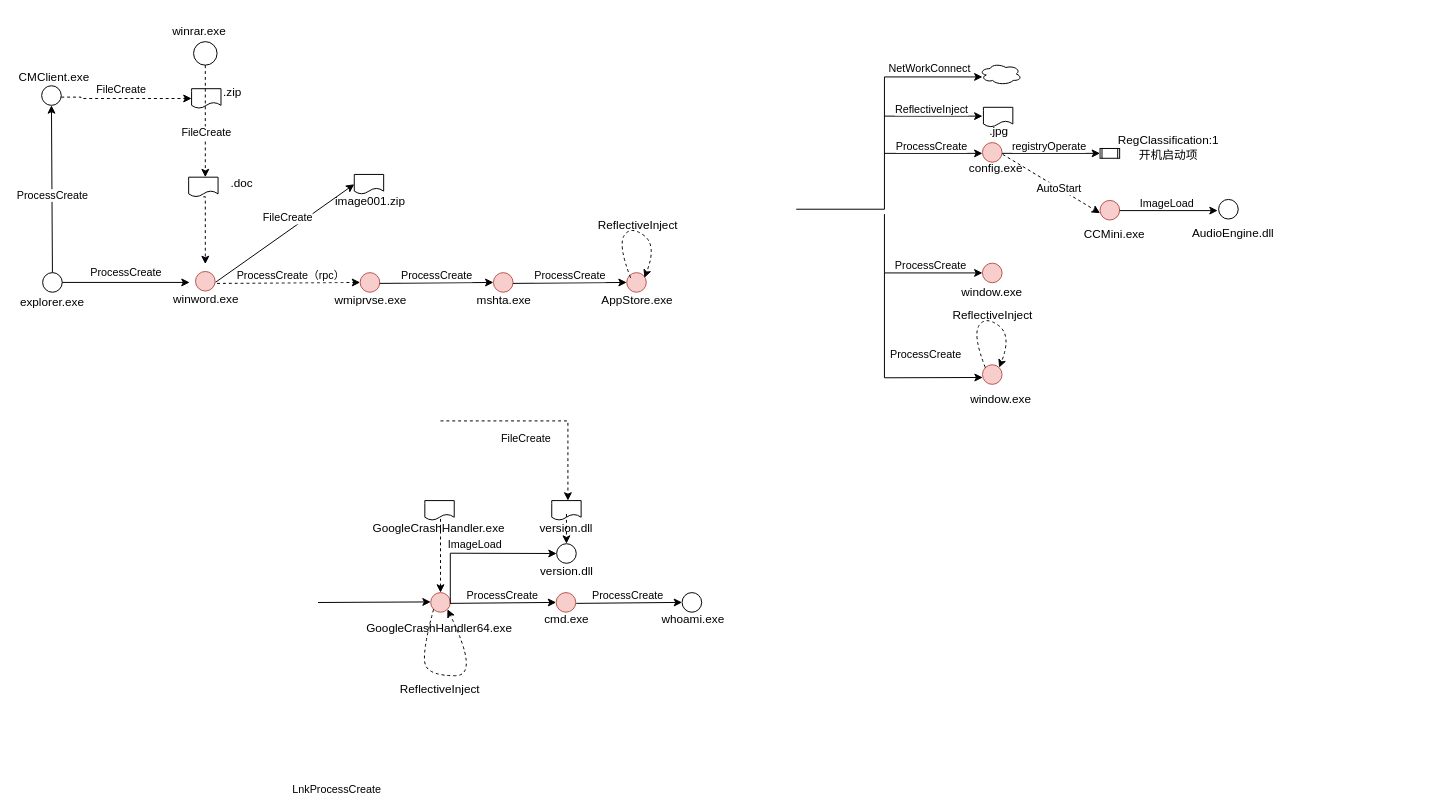
This is apt-oceanlotus.drawio from ernongxizhu/picture, a draw.io file, before an edit. Source tidied: cells renumbered, new cells numbered last; positions are measured from the earlier drawing's top-left corner, leaving out a move shared by most shapes. Both pictures are drawn from the tidied source at 98%, with x=0, y=0 at pixel (23, 17).
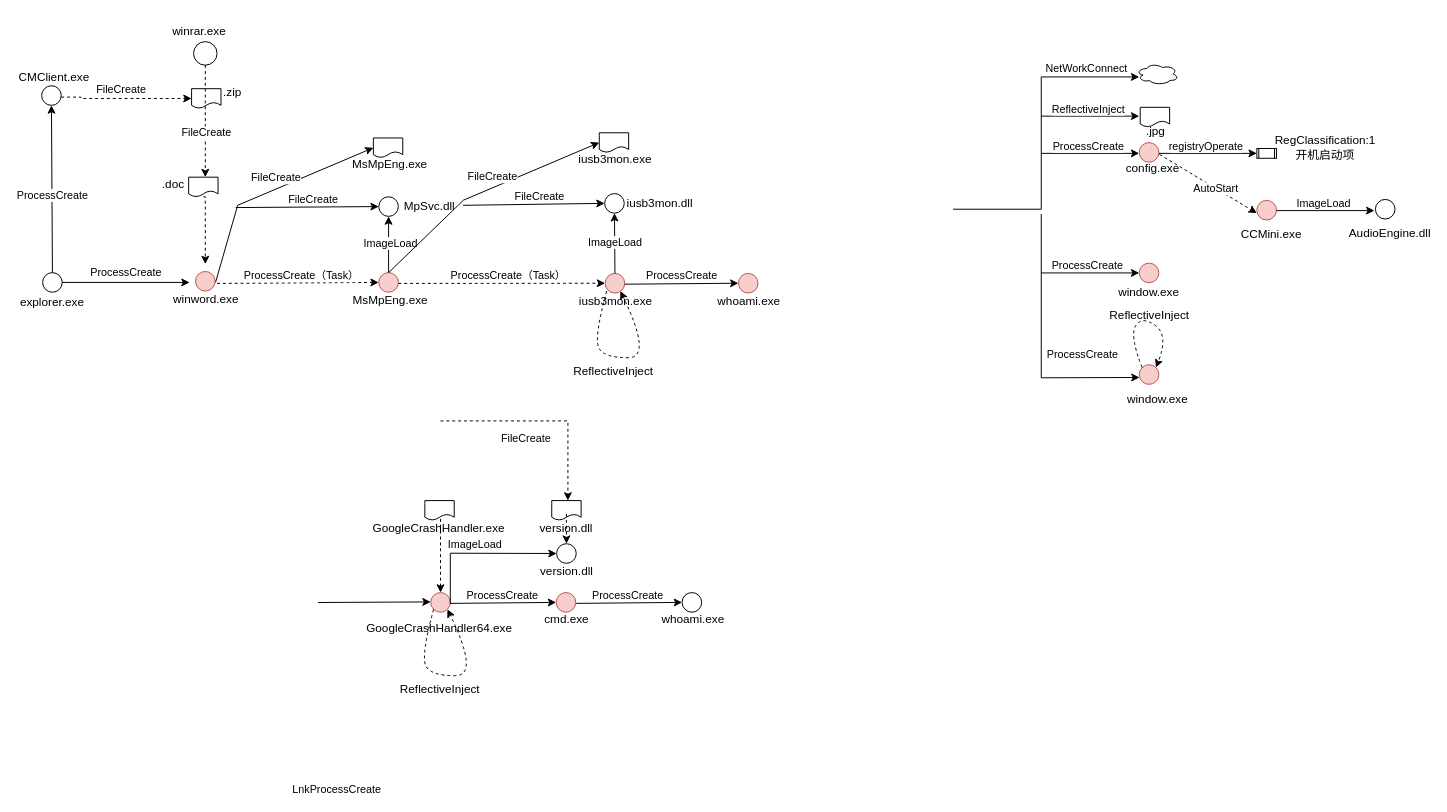
Above is the later version.

The change refers to these unchanged cells:
```xml
<mxCell id="86" style="endArrow=classic;html=1;rounded=0;entryX=0;entryY=0.5;entryDx=0;entryDy=0;dashed=1;" parent="1" edge="1" target="88">
  <mxGeometry relative="1" as="geometry">
    <mxPoint x="198" y="271.7" as="sourcePoint" />
  </mxGeometry>
</mxCell>
```

Diff of the diagram source:
```diff
@@
     <mxCell id="5" style="endArrow=classic;html=1;rounded=0;entryX=0;entryY=0.5;entryDx=0;entryDy=0;" parent="1" edge="1" target="8">
       <mxGeometry relative="1" as="geometry">
-        <mxPoint x="879" y="201" as="sourcePoint" />
+        <mxPoint x="1039" y="201" as="sourcePoint" />
         <Array as="points">
-          <mxPoint x="879" y="261" />
+          <mxPoint x="1039" y="261" />
         </Array>
       </mxGeometry>
     </mxCell>
@@
     <mxCell id="8" style="ellipse;whiteSpace=wrap;html=1;fillColor=#f8cecc;strokeColor=#b85450;" parent="1" vertex="1">
-      <mxGeometry x="979" y="251" width="20" height="20" as="geometry" />
+      <mxGeometry x="1139" y="251" width="20" height="20" as="geometry" />
     </mxCell>
     <mxCell id="9" value="window.exe" style="text;strokeColor=none;align=center;fillColor=none;html=1;verticalAlign=middle;whiteSpace=wrap;rounded=0;" parent="1" vertex="1">
-      <mxGeometry x="959" y="266" width="60" height="30" as="geometry" />
+      <mxGeometry x="1119" y="266" width="60" height="30" as="geometry" />
     </mxCell>
@@
     <mxCell id="21" style="endArrow=classic;html=1;rounded=0;entryX=0.339;entryY=-0.066;entryDx=0;entryDy=0;entryPerimeter=0;" parent="1" edge="1">
       <mxGeometry relative="1" as="geometry">
-        <mxPoint x="879" y="261" as="sourcePoint" />
-        <mxPoint x="979.3" y="367.7" as="targetPoint" />
+        <mxPoint x="1039" y="261" as="sourcePoint" />
+        <mxPoint x="1139.3" y="367.7" as="targetPoint" />
         <Array as="points">
-          <mxPoint x="879" y="368" />
+          <mxPoint x="1039" y="368" />
         </Array>
       </mxGeometry>
     </mxCell>
@@
     <mxCell id="23" style="endArrow=classic;html=1;rounded=0;exitX=1;exitY=0.5;exitDx=0;exitDy=0;" parent="1" edge="1">
       <mxGeometry relative="1" as="geometry">
-        <mxPoint x="789" y="196" as="sourcePoint" />
-        <mxPoint x="979" y="61" as="targetPoint" />
+        <mxPoint x="949" y="196" as="sourcePoint" />
+        <mxPoint x="1139" y="61" as="targetPoint" />
         <Array as="points">
-          <mxPoint x="879" y="196" />
-          <mxPoint x="879" y="61" />
+          <mxPoint x="1039" y="196" />
+          <mxPoint x="1039" y="61" />
         </Array>
       </mxGeometry>
     </mxCell>
@@
     <mxCell id="25" style="ellipse;shape=cloud;whiteSpace=wrap;html=1;" parent="1" vertex="1">
-      <mxGeometry x="976" y="47" width="43" height="22" as="geometry" />
+      <mxGeometry x="1136" y="47" width="43" height="22" as="geometry" />
     </mxCell>
     <mxCell id="26" style="endArrow=classic;html=1;rounded=0;" parent="1" edge="1">
       <mxGeometry relative="1" as="geometry">
-        <mxPoint x="879" y="101" as="sourcePoint" />
-        <mxPoint x="979" y="101" as="targetPoint" />
+        <mxPoint x="1039" y="101" as="sourcePoint" />
+        <mxPoint x="1139" y="101" as="targetPoint" />
       </mxGeometry>
     </mxCell>
@@
     <mxCell id="28" style="shape=document;whiteSpace=wrap;html=1;boundedLbl=1;" parent="1" vertex="1">
-      <mxGeometry x="980" y="92" width="30" height="20" as="geometry" />
+      <mxGeometry x="1140" y="92" width="30" height="20" as="geometry" />
     </mxCell>
     <mxCell id="29" value=".jpg" style="text;strokeColor=none;align=center;fillColor=none;html=1;verticalAlign=middle;whiteSpace=wrap;rounded=0;" parent="1" vertex="1">
-      <mxGeometry x="966" y="102" width="60" height="30" as="geometry" />
+      <mxGeometry x="1126" y="102" width="60" height="30" as="geometry" />
     </mxCell>
     <mxCell id="30" style="endArrow=classic;html=1;rounded=0;" parent="1" edge="1">
       <mxGeometry relative="1" as="geometry">
-        <mxPoint x="879" y="139" as="sourcePoint" />
-        <mxPoint x="979" y="139" as="targetPoint" />
+        <mxPoint x="1039" y="139" as="sourcePoint" />
+        <mxPoint x="1139" y="139" as="targetPoint" />
       </mxGeometry>
     </mxCell>
@@
     <mxCell id="32" value="config.exe" style="text;strokeColor=none;align=center;fillColor=none;html=1;verticalAlign=middle;whiteSpace=wrap;rounded=0;" parent="1" vertex="1">
-      <mxGeometry x="963" y="139" width="60" height="30" as="geometry" />
+      <mxGeometry x="1123" y="139" width="60" height="30" as="geometry" />
     </mxCell>
     <mxCell id="33" style="ellipse;whiteSpace=wrap;html=1;fillColor=#f8cecc;strokeColor=#b85450;" parent="1" vertex="1">
-      <mxGeometry x="979" y="128" width="20" height="20" as="geometry" />
+      <mxGeometry x="1139" y="128" width="20" height="20" as="geometry" />
     </mxCell>
     <mxCell id="34" style="endArrow=classic;html=1;rounded=0;" parent="1" edge="1">
       <mxGeometry relative="1" as="geometry">
-        <mxPoint x="999" y="139" as="sourcePoint" />
-        <mxPoint x="1099" y="139" as="targetPoint" />
+        <mxPoint x="1159" y="139" as="sourcePoint" />
+        <mxPoint x="1259" y="139" as="targetPoint" />
       </mxGeometry>
     </mxCell>
@@
     <mxCell id="36" value="RegClassification:1&lt;br&gt;开机启动项" style="text;strokeColor=none;align=center;fillColor=none;html=1;verticalAlign=middle;whiteSpace=wrap;rounded=0;" parent="1" vertex="1">
-      <mxGeometry x="1131" y="118" width="76" height="30" as="geometry" />
+      <mxGeometry x="1291" y="118" width="76" height="30" as="geometry" />
     </mxCell>
     <mxCell id="37" style="shape=process;whiteSpace=wrap;html=1;backgroundOutline=1;" parent="1" vertex="1">
-      <mxGeometry x="1099" y="134" width="20" height="10" as="geometry" />
+      <mxGeometry x="1259" y="134" width="20" height="10" as="geometry" />
     </mxCell>
     <mxCell id="38" style="endArrow=classic;html=1;rounded=0;exitX=0.611;exitY=0.035;exitDx=0;exitDy=0;exitPerimeter=0;dashed=1;" parent="1" edge="1" source="32">
       <mxGeometry relative="1" as="geometry">
-        <mxPoint x="1099" y="200" as="targetPoint" />
+        <mxPoint x="1259" y="200" as="targetPoint" />
       </mxGeometry>
     </mxCell>
@@
     <mxCell id="40" value="CCMini.exe" style="text;strokeColor=none;align=center;fillColor=none;html=1;verticalAlign=middle;whiteSpace=wrap;rounded=0;" parent="1" vertex="1">
-      <mxGeometry x="1076" y="207" width="76" height="30" as="geometry" />
+      <mxGeometry x="1236" y="207" width="76" height="30" as="geometry" />
     </mxCell>
     <mxCell id="41" style="ellipse;whiteSpace=wrap;html=1;fillColor=#f8cecc;strokeColor=#b85450;" parent="1" vertex="1">
-      <mxGeometry x="1099" y="187" width="20" height="20" as="geometry" />
+      <mxGeometry x="1259" y="187" width="20" height="20" as="geometry" />
     </mxCell>
     <mxCell id="42" style="endArrow=classic;html=1;rounded=0;" parent="1" edge="1">
       <mxGeometry relative="1" as="geometry">
-        <mxPoint x="1119" y="197.4" as="sourcePoint" />
-        <mxPoint x="1219" y="197.4" as="targetPoint" />
+        <mxPoint x="1279" y="197.4" as="sourcePoint" />
+        <mxPoint x="1379" y="197.4" as="targetPoint" />
       </mxGeometry>
     </mxCell>
@@
     <mxCell id="44" value="AudioEngine.dll" style="text;strokeColor=none;align=center;fillColor=none;html=1;verticalAlign=middle;whiteSpace=wrap;rounded=0;" parent="1" vertex="1">
-      <mxGeometry x="1197" y="206" width="76" height="30" as="geometry" />
+      <mxGeometry x="1357" y="206" width="76" height="30" as="geometry" />
     </mxCell>
     <mxCell id="45" style="ellipse;whiteSpace=wrap;html=1;" parent="1" vertex="1">
-      <mxGeometry x="1220" y="186" width="20" height="20" as="geometry" />
+      <mxGeometry x="1380" y="186" width="20" height="20" as="geometry" />
     </mxCell>
     <mxCell id="46" style="ellipse;whiteSpace=wrap;html=1;fillColor=#f8cecc;strokeColor=#b85450;" parent="1" vertex="1">
-      <mxGeometry x="979" y="354.7" width="20" height="20" as="geometry" />
+      <mxGeometry x="1139" y="354.7" width="20" height="20" as="geometry" />
     </mxCell>
     <mxCell id="47" value="window.exe" style="text;strokeColor=none;align=center;fillColor=none;html=1;verticalAlign=middle;whiteSpace=wrap;rounded=0;" parent="1" vertex="1">
-      <mxGeometry x="967.5" y="374.7" width="60" height="30" as="geometry" />
+      <mxGeometry x="1127.5" y="374.7" width="60" height="30" as="geometry" />
     </mxCell>
     <mxCell id="48" style="curved=1;endArrow=classic;html=1;rounded=0;exitX=0;exitY=0;exitDx=0;exitDy=0;entryX=1;entryY=0;entryDx=0;entryDy=0;dashed=1;" parent="1" edge="1" source="46" target="46">
       <mxGeometry relative="1" as="geometry">
         <Array as="points">
-          <mxPoint x="969" y="324.7" />
-          <mxPoint x="982" y="304.7" />
-          <mxPoint x="1009" y="324.7" />
+          <mxPoint x="1129" y="324.7" />
+          <mxPoint x="1142" y="304.7" />
+          <mxPoint x="1169" y="324.7" />
         </Array>
       </mxGeometry>
     </mxCell>
     <mxCell id="49" value="ReflectiveInject" style="text;whiteSpace=wrap;" parent="1" vertex="1">
-      <mxGeometry x="947" y="290.7" width="90" height="20" as="geometry" />
+      <mxGeometry x="1107" y="290.7" width="90" height="20" as="geometry" />
     </mxCell>
@@
     <mxCell id="79" value=".doc" style="text;strokeColor=none;align=center;fillColor=none;html=1;verticalAlign=middle;whiteSpace=wrap;rounded=0;" parent="1" vertex="1">
-      <mxGeometry x="191" y="157.3" width="65" height="26" as="geometry" />
+      <mxGeometry x="121" y="158.3" width="65" height="26" as="geometry" />
     </mxCell>
@@
     <mxCell id="82" style="endArrow=classic;html=1;rounded=0;entryX=0;entryY=0.5;entryDx=0;entryDy=0;" parent="1" edge="1" target="84">
       <mxGeometry relative="1" as="geometry">
         <mxPoint x="196.5" y="270.5" as="sourcePoint" />
+        <Array as="points">
+          <mxPoint x="219" y="192" />
+        </Array>
       </mxGeometry>
     </mxCell>
@@
     <mxCell id="84" style="shape=document;whiteSpace=wrap;html=1;boundedLbl=1;" parent="1" vertex="1">
-      <mxGeometry x="338" y="160.5" width="30" height="20" as="geometry" />
+      <mxGeometry x="357.5" y="123.3" width="30" height="20" as="geometry" />
     </mxCell>
-    <mxCell id="85" value="image001.zip" style="text;strokeColor=none;align=center;fillColor=none;html=1;verticalAlign=middle;whiteSpace=wrap;rounded=0;" parent="1" vertex="1">
-      <mxGeometry x="322" y="174.5" width="65" height="26" as="geometry" />
+    <mxCell id="85" value="MsMpEng.exe" style="text;strokeColor=none;align=center;fillColor=none;html=1;verticalAlign=middle;whiteSpace=wrap;rounded=0;" parent="1" vertex="1">
+      <mxGeometry x="341.5" y="137.3" width="65" height="26" as="geometry" />
     </mxCell>
@@
-    <mxCell id="87" value="ProcessCreate（rpc）" style="edgeLabel;html=1;align=center;verticalAlign=middle;" parent="86" vertex="1">
+    <mxCell id="87" value="ProcessCreate（Task）" style="edgeLabel;html=1;align=center;verticalAlign=middle;" parent="86" vertex="1">
       <mxGeometry x="0.15" y="-2" relative="1" as="geometry">
         <mxPoint x="-10" y="-10" as="offset" />
       </mxGeometry>
     </mxCell>
     <mxCell id="88" style="ellipse;whiteSpace=wrap;html=1;fillColor=#f8cecc;strokeColor=#b85450;" parent="1" vertex="1">
-      <mxGeometry x="344" y="260.7" width="20" height="20" as="geometry" />
+      <mxGeometry x="363" y="260.7" width="20" height="20" as="geometry" />
     </mxCell>
-    <mxCell id="89" value="wmiprvse.exe" style="text;strokeColor=none;align=center;fillColor=none;html=1;verticalAlign=middle;whiteSpace=wrap;rounded=0;" parent="1" vertex="1">
-      <mxGeometry x="325" y="273.7" width="60" height="30" as="geometry" />
+    <mxCell id="89" value="MsMpEng.exe" style="text;strokeColor=none;align=center;fillColor=none;html=1;verticalAlign=middle;whiteSpace=wrap;rounded=0;" parent="1" vertex="1">
+      <mxGeometry x="345" y="273.7" width="60" height="30" as="geometry" />
     </mxCell>
-    <mxCell id="90" style="endArrow=classic;html=1;rounded=0;entryX=0;entryY=0.5;entryDx=0;entryDy=0;" parent="1" edge="1" target="92">
+    <mxCell id="90" style="endArrow=classic;html=1;rounded=0;entryX=0;entryY=0.5;entryDx=0;entryDy=0;dashed=1;" parent="1" edge="1" target="92">
       <mxGeometry relative="1" as="geometry">
-        <mxPoint x="364" y="271.7" as="sourcePoint" />
+        <mxPoint x="383" y="271.7" as="sourcePoint" />
       </mxGeometry>
     </mxCell>
-    <mxCell id="91" value="ProcessCreate" style="edgeLabel;html=1;align=center;verticalAlign=middle;" parent="90" vertex="1">
+    <mxCell id="91" value="ProcessCreate（Task）" style="edgeLabel;html=1;align=center;verticalAlign=middle;" parent="90" vertex="1">
       <mxGeometry x="0.15" y="-2" relative="1" as="geometry">
         <mxPoint x="-10" y="-10" as="offset" />
       </mxGeometry>
     </mxCell>
     <mxCell id="92" style="ellipse;whiteSpace=wrap;html=1;fillColor=#f8cecc;strokeColor=#b85450;" parent="1" vertex="1">
-      <mxGeometry x="480" y="260.7" width="20" height="20" as="geometry" />
+      <mxGeometry x="594" y="261.5" width="20" height="20" as="geometry" />
     </mxCell>
-    <mxCell id="93" value="mshta.exe" style="text;strokeColor=none;align=center;fillColor=none;html=1;verticalAlign=middle;whiteSpace=wrap;rounded=0;" parent="1" vertex="1">
-      <mxGeometry x="461" y="273.7" width="60" height="30" as="geometry" />
+    <mxCell id="93" value="iusb3mon.exe" style="text;strokeColor=none;align=center;fillColor=none;html=1;verticalAlign=middle;whiteSpace=wrap;rounded=0;" parent="1" vertex="1">
+      <mxGeometry x="575" y="274.5" width="60" height="30" as="geometry" />
     </mxCell>
     <mxCell id="94" style="endArrow=classic;html=1;rounded=0;entryX=0;entryY=0.5;entryDx=0;entryDy=0;" parent="1" edge="1" target="96">
       <mxGeometry relative="1" as="geometry">
-        <mxPoint x="500" y="271.7" as="sourcePoint" />
+        <mxPoint x="614" y="272.5" as="sourcePoint" />
       </mxGeometry>
     </mxCell>
@@
     <mxCell id="96" style="ellipse;whiteSpace=wrap;html=1;fillColor=#f8cecc;strokeColor=#b85450;" parent="1" vertex="1">
-      <mxGeometry x="616" y="260.7" width="20" height="20" as="geometry" />
+      <mxGeometry x="730" y="261.5" width="20" height="20" as="geometry" />
     </mxCell>
-    <mxCell id="97" value="AppStore.exe" style="text;strokeColor=none;align=center;fillColor=none;html=1;verticalAlign=middle;whiteSpace=wrap;rounded=0;" parent="1" vertex="1">
-      <mxGeometry x="597" y="273.7" width="60" height="30" as="geometry" />
+    <mxCell id="97" value="whoami.exe" style="text;strokeColor=none;align=center;fillColor=none;html=1;verticalAlign=middle;whiteSpace=wrap;rounded=0;" parent="1" vertex="1">
+      <mxGeometry x="711" y="274.5" width="60" height="30" as="geometry" />
     </mxCell>
-    <mxCell id="98" style="curved=1;endArrow=classic;html=1;rounded=0;exitX=0;exitY=0;exitDx=0;exitDy=0;entryX=1;entryY=0;entryDx=0;entryDy=0;dashed=1;" parent="1" edge="1">
-      <mxGeometry relative="1" as="geometry">
-        <mxPoint x="620" y="266" as="sourcePoint" />
-        <mxPoint x="634" y="266" as="targetPoint" />
-        <Array as="points">
-          <mxPoint x="607" y="232.7" />
-          <mxPoint x="620" y="212.7" />
-          <mxPoint x="647" y="232.7" />
-        </Array>
-      </mxGeometry>
-    </mxCell>
+    <mxCell id="100" style="endArrow=classic;html=1;rounded=0;entryX=0;entryY=0.5;entryDx=0;entryDy=0;" parent="1" edge="1" target="102">
+      <mxGeometry relative="1" as="geometry">
+        <mxPoint x="217" y="194.3" as="sourcePoint" />
+      </mxGeometry>
+    </mxCell>
+    <mxCell id="101" value="FileCreate" style="edgeLabel;html=1;align=center;verticalAlign=middle;" parent="100" vertex="1">
+      <mxGeometry x="0.15" y="-2" relative="1" as="geometry">
+        <mxPoint x="-6" y="-10" as="offset" />
+      </mxGeometry>
+    </mxCell>
+    <mxCell id="102" style="ellipse;whiteSpace=wrap;html=1;" parent="1" vertex="1">
+      <mxGeometry x="363" y="183.3" width="20" height="20" as="geometry" />
+    </mxCell>
+    <mxCell id="103" value="MpSvc.dll" style="text;strokeColor=none;align=center;fillColor=none;html=1;verticalAlign=middle;whiteSpace=wrap;rounded=0;" parent="1" vertex="1">
+      <mxGeometry x="385" y="178.3" width="60" height="30" as="geometry" />
+    </mxCell>
+    <mxCell id="104" style="endArrow=classic;html=1;rounded=0;exitX=0.5;exitY=0;exitDx=0;exitDy=0;entryX=0.5;entryY=1;entryDx=0;entryDy=0;" parent="1" edge="1" source="88" target="102">
+      <mxGeometry relative="1" as="geometry" />
+    </mxCell>
+    <mxCell id="105" value="ImageLoad" style="edgeLabel;html=1;align=center;verticalAlign=middle;" parent="104" vertex="1">
+      <mxGeometry x="0.03" y="-1" relative="1" as="geometry" />
+    </mxCell>
+    <mxCell id="106" style="endArrow=classic;html=1;rounded=0;entryX=0;entryY=0.5;entryDx=0;entryDy=0;exitX=0.5;exitY=0;exitDx=0;exitDy=0;" parent="1" edge="1" source="88" target="108">
+      <mxGeometry relative="1" as="geometry">
+        <Array as="points">
+          <mxPoint x="449.5" y="186.7" />
+        </Array>
+      </mxGeometry>
+    </mxCell>
+    <mxCell id="107" value="FileCreate" style="edgeLabel;html=1;align=center;verticalAlign=middle;" parent="106" vertex="1">
+      <mxGeometry x="0.15" y="-2" relative="1" as="geometry">
+        <mxPoint x="-10" y="-10" as="offset" />
+      </mxGeometry>
+    </mxCell>
+    <mxCell id="108" style="shape=document;whiteSpace=wrap;html=1;boundedLbl=1;" parent="1" vertex="1">
+      <mxGeometry x="588" y="118" width="30" height="20" as="geometry" />
+    </mxCell>
+    <mxCell id="109" value="iusb3mon.exe" style="text;strokeColor=none;align=center;fillColor=none;html=1;verticalAlign=middle;whiteSpace=wrap;rounded=0;" parent="1" vertex="1">
+      <mxGeometry x="572" y="132" width="65" height="26" as="geometry" />
+    </mxCell>
+    <mxCell id="110" style="endArrow=classic;html=1;rounded=0;entryX=0;entryY=0.5;entryDx=0;entryDy=0;" parent="1" edge="1" target="112">
+      <mxGeometry relative="1" as="geometry">
+        <mxPoint x="449" y="192" as="sourcePoint" />
+      </mxGeometry>
+    </mxCell>
+    <mxCell id="111" value="FileCreate" style="edgeLabel;html=1;align=center;verticalAlign=middle;" parent="110" vertex="1">
+      <mxGeometry x="0.15" y="-2" relative="1" as="geometry">
+        <mxPoint x="-6" y="-10" as="offset" />
+      </mxGeometry>
+    </mxCell>
+    <mxCell id="112" style="ellipse;whiteSpace=wrap;html=1;" parent="1" vertex="1">
+      <mxGeometry x="593.5" y="180" width="20" height="20" as="geometry" />
+    </mxCell>
+    <mxCell id="113" value="iusb3mon.dll" style="text;strokeColor=none;align=center;fillColor=none;html=1;verticalAlign=middle;whiteSpace=wrap;rounded=0;" parent="1" vertex="1">
+      <mxGeometry x="619.5" y="175" width="60" height="30" as="geometry" />
+    </mxCell>
+    <mxCell id="114" style="endArrow=classic;html=1;rounded=0;exitX=0.5;exitY=0;exitDx=0;exitDy=0;entryX=0.5;entryY=1;entryDx=0;entryDy=0;" parent="1" edge="1" source="92" target="112">
+      <mxGeometry relative="1" as="geometry" />
+    </mxCell>
+    <mxCell id="115" value="ImageLoad" style="edgeLabel;html=1;align=center;verticalAlign=middle;" parent="114" vertex="1">
+      <mxGeometry x="0.03" relative="1" as="geometry" />
+    </mxCell>
+    <mxCell id="116" style="curved=1;endArrow=classic;html=1;rounded=0;exitX=0;exitY=1;exitDx=0;exitDy=0;entryX=1;entryY=1;entryDx=0;entryDy=0;dashed=1;" parent="1" edge="1">
+      <mxGeometry relative="1" as="geometry">
+        <mxPoint x="595.5" y="279.5" as="sourcePoint" />
+        <mxPoint x="609.5" y="279.5" as="targetPoint" />
+        <Array as="points">
+          <mxPoint x="582.5" y="327.5" />
+          <mxPoint x="592.5" y="347.5" />
+          <mxPoint x="642.5" y="347.5" />
+        </Array>
+      </mxGeometry>
+    </mxCell>
     <mxCell id="99" value="ReflectiveInject" style="text;whiteSpace=wrap;" parent="1" vertex="1">
-      <mxGeometry x="585" y="198.7" width="90" height="20" as="geometry" />
+      <mxGeometry x="559.5" y="347.5" width="90" height="20" as="geometry" />
     </mxCell>
```
